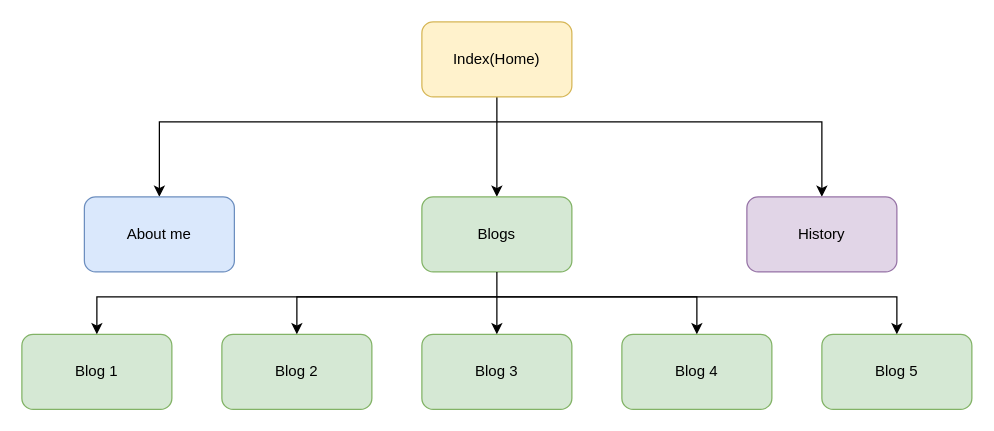
This is Sitemap.drawio from Chengqunniu/T1A2, a draw.io file, before an edit. Source tidied: cells renumbered, new cells numbered last; positions are measured from the earlier drawing's top-left corner, leaving out a move shared by most shapes. Both pictures are drawn from the tidied source at 125%, with x=0, y=0 at pixel (21, 21).
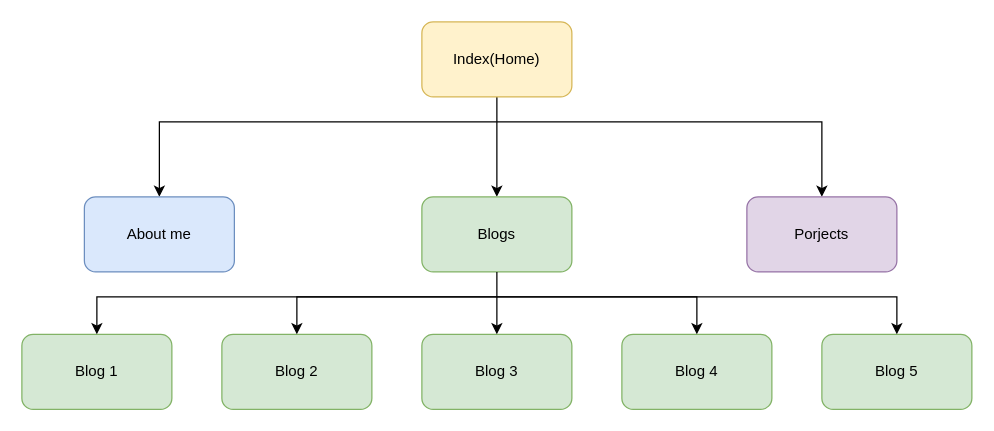
The same diagram, later.

Diff of the diagram source:
```diff
@@
-    <mxCell id="9" value="History" style="rounded=1;whiteSpace=wrap;html=1;fillColor=#e1d5e7;strokeColor=#9673a6;" parent="1" vertex="1">
+    <mxCell id="9" value="Porjects" style="rounded=1;whiteSpace=wrap;html=1;fillColor=#e1d5e7;strokeColor=#9673a6;" parent="1" vertex="1">
       <mxGeometry x="580" y="140" width="120" height="60" as="geometry" />
     </mxCell>
```
